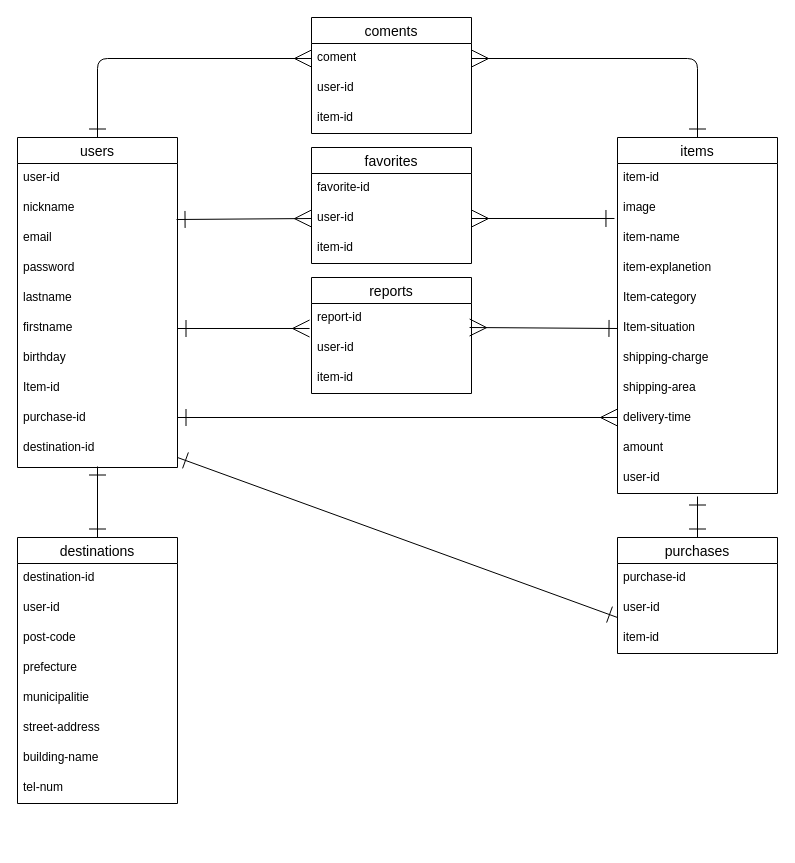
Above: test.dio in rrrnnn986954/furima-42324 (draw.io), before the change. Source tidied: cells renumbered, new cells numbered last; positions are measured from the earlier drawing's top-left corner, leaving out a move shared by most shapes. Both pictures are drawn from the tidied source at 100%, with x=0, y=0 at pixel (17, 17).
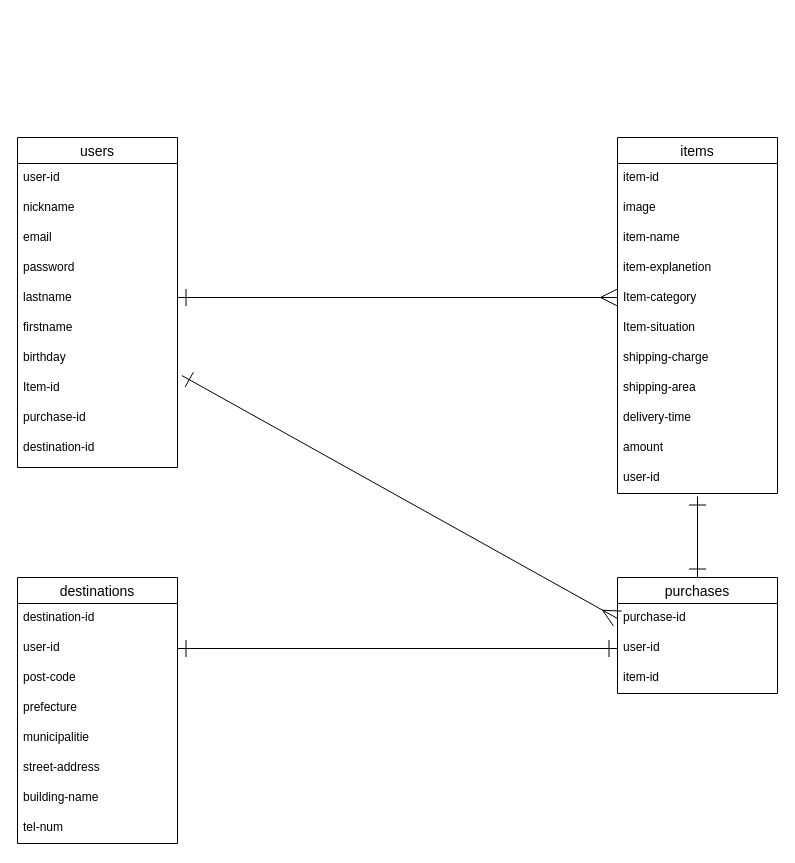
Above is the later version.

Commit message (it also covers changes not shown here):
データベース設計の修正１

The change refers to these unchanged cells:
```xml
<mxCell id="4" value="users" style="swimlane;fontStyle=0;horizontal=1;startSize=26;align=center;fontSize=14;" parent="1" vertex="1">
  <mxGeometry y="120" width="160" height="330" as="geometry" />
</mxCell>
<mxCell id="6" value="nickname" style="text;strokeColor=none;fillColor=none;spacingLeft=4;spacingRight=4;overflow=hidden;points=[[0,0.5],[1,0.5]];portConstraint=eastwest;fontSize=12;whiteSpace=wrap;html=1;" parent="4" vertex="1">
  <mxGeometry y="56" width="160" height="30" as="geometry" />
</mxCell>
<mxCell id="10" value="firstname" style="text;strokeColor=none;fillColor=none;spacingLeft=4;spacingRight=4;overflow=hidden;points=[[0,0.5],[1,0.5]];portConstraint=eastwest;fontSize=12;whiteSpace=wrap;html=1;" parent="4" vertex="1">
  <mxGeometry y="176" width="160" height="30" as="geometry" />
</mxCell>
<mxCell id="12" value="Item-id" style="text;strokeColor=none;fillColor=none;spacingLeft=4;spacingRight=4;overflow=hidden;points=[[0,0.5],[1,0.5]];portConstraint=eastwest;fontSize=12;whiteSpace=wrap;html=1;" parent="4" vertex="1">
  <mxGeometry y="236" width="160" height="30" as="geometry" />
</mxCell>
<mxCell id="14" value="destination-id" style="text;strokeColor=none;fillColor=none;spacingLeft=4;spacingRight=4;overflow=hidden;points=[[0,0.5],[1,0.5]];portConstraint=eastwest;fontSize=12;whiteSpace=wrap;html=1;" parent="4" vertex="1">
  <mxGeometry y="296" width="160" height="34" as="geometry" />
</mxCell>
<mxCell id="15" value="items" style="swimlane;fontStyle=0;horizontal=1;startSize=26;align=center;fontSize=14;" parent="1" vertex="1">
  <mxGeometry x="600" y="120" width="160" height="356" as="geometry" />
</mxCell>
<mxCell id="17" value="image" style="text;strokeColor=none;fillColor=none;spacingLeft=4;spacingRight=4;overflow=hidden;points=[[0,0.5],[1,0.5]];portConstraint=eastwest;fontSize=12;whiteSpace=wrap;html=1;" parent="15" vertex="1">
  <mxGeometry y="56" width="160" height="30" as="geometry" />
</mxCell>
<mxCell id="21" value="Item-situation" style="text;strokeColor=none;fillColor=none;spacingLeft=4;spacingRight=4;overflow=hidden;points=[[0,0.5],[1,0.5]];portConstraint=eastwest;fontSize=12;whiteSpace=wrap;html=1;" parent="15" vertex="1">
  <mxGeometry y="176" width="160" height="30" as="geometry" />
</mxCell>
<mxCell id="29" value="user-id" style="text;strokeColor=none;fillColor=none;spacingLeft=4;spacingRight=4;overflow=hidden;points=[[0,0.5],[1,0.5]];portConstraint=eastwest;fontSize=12;whiteSpace=wrap;html=1;" parent="27" vertex="1">
  <mxGeometry y="56" width="160" height="30" as="geometry" />
</mxCell>
<mxCell id="37" value="purchase-id" style="text;strokeColor=none;fillColor=none;spacingLeft=4;spacingRight=4;overflow=hidden;points=[[0,0.5],[1,0.5]];portConstraint=eastwest;fontSize=12;whiteSpace=wrap;html=1;" parent="36" vertex="1">
  <mxGeometry y="26" width="160" height="30" as="geometry" />
</mxCell>
<mxCell id="38" value="user-id" style="text;strokeColor=none;fillColor=none;spacingLeft=4;spacingRight=4;overflow=hidden;points=[[0,0.5],[1,0.5]];portConstraint=eastwest;fontSize=12;whiteSpace=wrap;html=1;" parent="36" vertex="1">
  <mxGeometry y="56" width="160" height="30" as="geometry" />
</mxCell>
```

The edit, as a diff of the source:
```diff
@@
-    <mxCell id="3" style="edgeStyle=orthogonalEdgeStyle;html=1;exitX=0.5;exitY=0;exitDx=0;exitDy=0;entryX=0;entryY=0.5;entryDx=0;entryDy=0;elbow=vertical;endArrow=ERmany;endFill=0;startArrow=ERone;startFill=0;endSize=15;startSize=15;targetPerimeterSpacing=15;sourcePerimeterSpacing=15;" parent="1" edge="1" source="4" target="53">
-      <mxGeometry relative="1" as="geometry" />
-    </mxCell>
@@
     <mxCell id="27" value="destinations" style="swimlane;fontStyle=0;horizontal=1;startSize=26;align=center;fontSize=14;" parent="1" vertex="1">
-      <mxGeometry y="520" width="160" height="266" as="geometry" />
+      <mxGeometry y="560" width="160" height="266" as="geometry" />
     </mxCell>
@@
     <mxCell id="36" value="purchases" style="swimlane;fontStyle=0;horizontal=1;startSize=26;align=center;fontSize=14;" parent="1" vertex="1">
-      <mxGeometry x="600" y="520" width="160" height="116" as="geometry" />
+      <mxGeometry x="600" y="560" width="160" height="116" as="geometry" />
     </mxCell>
@@
     <mxCell id="40" style="edgeStyle=none;html=1;exitX=1;exitY=0.5;exitDx=0;exitDy=0;entryX=0;entryY=0.5;entryDx=0;entryDy=0;startArrow=ERone;startFill=0;endArrow=ERmany;endFill=0;strokeWidth=1;endSize=15;targetPerimeterSpacing=15;startSize=15;sourcePerimeterSpacing=15;" parent="1" edge="1">
       <mxGeometry relative="1" as="geometry">
-        <mxPoint x="160" y="400" as="sourcePoint" />
-        <mxPoint x="600" y="400" as="targetPoint" />
+        <mxPoint x="160" y="280" as="sourcePoint" />
+        <mxPoint x="600" y="280" as="targetPoint" />
       </mxGeometry>
     </mxCell>
-    <mxCell id="41" style="edgeStyle=none;html=1;exitX=1;exitY=0.5;exitDx=0;exitDy=0;entryX=0;entryY=0.8;entryDx=0;entryDy=0;startArrow=ERone;startFill=0;endArrow=ERone;endFill=0;targetPerimeterSpacing=15;sourcePerimeterSpacing=15;endSize=15;startSize=15;entryPerimeter=0;" parent="1" edge="1" target="38">
-      <mxGeometry relative="1" as="geometry">
-        <mxPoint x="160" y="440" as="sourcePoint" />
-      </mxGeometry>
+    <mxCell id="41" style="edgeStyle=none;html=1;exitX=1.027;exitY=0.067;exitDx=0;exitDy=0;entryX=0;entryY=0.5;entryDx=0;entryDy=0;startArrow=ERone;startFill=0;endArrow=ERmany;endFill=0;targetPerimeterSpacing=15;sourcePerimeterSpacing=15;endSize=15;startSize=15;exitPerimeter=0;" parent="1" edge="1" source="12" target="37">
+      <mxGeometry relative="1" as="geometry" />
     </mxCell>
-    <mxCell id="42" style="edgeStyle=none;html=1;exitX=0.5;exitY=0;exitDx=0;exitDy=0;entryX=0.5;entryY=0.971;entryDx=0;entryDy=0;entryPerimeter=0;startArrow=ERone;startFill=0;endArrow=ERone;endFill=0;targetPerimeterSpacing=15;sourcePerimeterSpacing=15;endSize=15;startSize=15;" parent="1" edge="1" source="27" target="14">
+    <mxCell id="42" style="edgeStyle=none;html=1;exitX=1;exitY=0.5;exitDx=0;exitDy=0;entryX=0;entryY=0.5;entryDx=0;entryDy=0;startArrow=ERone;startFill=0;endArrow=ERone;endFill=0;targetPerimeterSpacing=15;sourcePerimeterSpacing=15;endSize=15;startSize=15;" parent="1" edge="1" source="29" target="38">
       <mxGeometry relative="1" as="geometry" />
     </mxCell>
@@
-    <mxCell id="44" value="favorites" style="swimlane;fontStyle=0;horizontal=1;startSize=26;align=center;fontSize=14;" parent="1" vertex="1">
-      <mxGeometry x="294" y="130" width="160" height="116" as="geometry" />
-    </mxCell>
-    <mxCell id="45" value="favorite-id" style="text;strokeColor=none;fillColor=none;spacingLeft=4;spacingRight=4;overflow=hidden;fontSize=12;whiteSpace=wrap;html=1;" parent="44" vertex="1">
-      <mxGeometry y="26" width="160" height="30" as="geometry" />
-    </mxCell>
-    <mxCell id="46" value="user-id" style="text;strokeColor=none;fillColor=none;spacingLeft=4;spacingRight=4;overflow=hidden;points=[[0,0.5],[1,0.5]];portConstraint=eastwest;fontSize=12;whiteSpace=wrap;html=1;" parent="44" vertex="1">
-      <mxGeometry y="56" width="160" height="30" as="geometry" />
-    </mxCell>
-    <mxCell id="47" value="item-id" style="text;strokeColor=none;fillColor=none;spacingLeft=4;spacingRight=4;overflow=hidden;fontSize=12;whiteSpace=wrap;html=1;" parent="44" vertex="1">
-      <mxGeometry y="86" width="160" height="30" as="geometry" />
-    </mxCell>
-    <mxCell id="48" value="reports" style="swimlane;fontStyle=0;horizontal=1;startSize=26;align=center;fontSize=14;" parent="1" vertex="1">
-      <mxGeometry x="294" y="260" width="160" height="116" as="geometry" />
-    </mxCell>
-    <mxCell id="49" value="report-id" style="text;strokeColor=none;fillColor=none;spacingLeft=4;spacingRight=4;overflow=hidden;points=[[0,0.5],[1,0.5]];portConstraint=eastwest;fontSize=12;whiteSpace=wrap;html=1;" parent="48" vertex="1">
-      <mxGeometry y="26" width="160" height="30" as="geometry" />
-    </mxCell>
-    <mxCell id="50" value="user-id" style="text;strokeColor=none;fillColor=none;spacingLeft=4;spacingRight=4;overflow=hidden;fontSize=12;whiteSpace=wrap;html=1;" parent="48" vertex="1">
-      <mxGeometry y="56" width="160" height="30" as="geometry" />
-    </mxCell>
-    <mxCell id="51" value="item-id" style="text;strokeColor=none;fillColor=none;spacingLeft=4;spacingRight=4;overflow=hidden;fontSize=12;whiteSpace=wrap;html=1;" parent="48" vertex="1">
-      <mxGeometry y="86" width="160" height="30" as="geometry" />
-    </mxCell>
-    <mxCell id="52" value="coments" style="swimlane;fontStyle=0;horizontal=1;startSize=26;align=center;fontSize=14;" parent="1" vertex="1">
-      <mxGeometry x="294" width="160" height="116" as="geometry" />
-    </mxCell>
-    <mxCell id="53" value="coment" style="text;strokeColor=none;fillColor=none;spacingLeft=4;spacingRight=4;overflow=hidden;points=[[0,0.5],[1,0.5]];portConstraint=eastwest;fontSize=12;whiteSpace=wrap;html=1;" parent="52" vertex="1">
-      <mxGeometry y="26" width="160" height="30" as="geometry" />
-    </mxCell>
-    <mxCell id="54" value="user-id" style="text;strokeColor=none;fillColor=none;spacingLeft=4;spacingRight=4;overflow=hidden;fontSize=12;whiteSpace=wrap;html=1;" parent="52" vertex="1">
-      <mxGeometry y="56" width="160" height="30" as="geometry" />
-    </mxCell>
-    <mxCell id="55" value="item-id" style="text;strokeColor=none;fillColor=none;spacingLeft=4;spacingRight=4;overflow=hidden;fontSize=12;whiteSpace=wrap;html=1;" parent="52" vertex="1">
-      <mxGeometry y="86" width="160" height="30" as="geometry" />
-    </mxCell>
-    <mxCell id="56" style="edgeStyle=none;html=1;exitX=0;exitY=0.5;exitDx=0;exitDy=0;entryX=0.994;entryY=0.867;entryDx=0;entryDy=0;entryPerimeter=0;endArrow=ERone;endFill=0;startArrow=ERmany;startFill=0;targetPerimeterSpacing=15;sourcePerimeterSpacing=15;endSize=15;startSize=15;" parent="1" edge="1" source="46" target="6">
-      <mxGeometry relative="1" as="geometry" />
-    </mxCell>
-    <mxCell id="57" style="edgeStyle=none;html=1;exitX=1;exitY=0.5;exitDx=0;exitDy=0;entryX=-0.019;entryY=0.833;entryDx=0;entryDy=0;entryPerimeter=0;startArrow=ERmany;startFill=0;endArrow=ERone;endFill=0;targetPerimeterSpacing=15;sourcePerimeterSpacing=15;endSize=15;startSize=15;" parent="1" edge="1" source="46" target="17">
-      <mxGeometry relative="1" as="geometry" />
-    </mxCell>
-    <mxCell id="58" style="edgeStyle=none;html=1;exitX=1;exitY=0.5;exitDx=0;exitDy=0;entryX=-0.012;entryY=0.833;entryDx=0;entryDy=0;entryPerimeter=0;startArrow=ERone;startFill=0;endArrow=ERmany;endFill=0;targetPerimeterSpacing=15;sourcePerimeterSpacing=15;endSize=15;startSize=15;" parent="1" edge="1" source="10" target="49">
-      <mxGeometry relative="1" as="geometry" />
-    </mxCell>
-    <mxCell id="59" style="edgeStyle=none;html=1;exitX=0;exitY=0.5;exitDx=0;exitDy=0;entryX=0.988;entryY=0.8;entryDx=0;entryDy=0;entryPerimeter=0;startArrow=ERone;startFill=0;endArrow=ERmany;endFill=0;targetPerimeterSpacing=15;sourcePerimeterSpacing=15;endSize=15;startSize=15;" parent="1" edge="1" source="21" target="49">
-      <mxGeometry relative="1" as="geometry" />
-    </mxCell>
-    <mxCell id="60" style="edgeStyle=orthogonalEdgeStyle;html=1;exitX=1;exitY=0.5;exitDx=0;exitDy=0;entryX=0.5;entryY=0;entryDx=0;entryDy=0;startArrow=ERmany;startFill=0;endArrow=ERone;endFill=0;targetPerimeterSpacing=15;sourcePerimeterSpacing=15;endSize=15;startSize=15;" parent="1" edge="1" source="53" target="15">
-      <mxGeometry relative="1" as="geometry" />
-    </mxCell>
```
